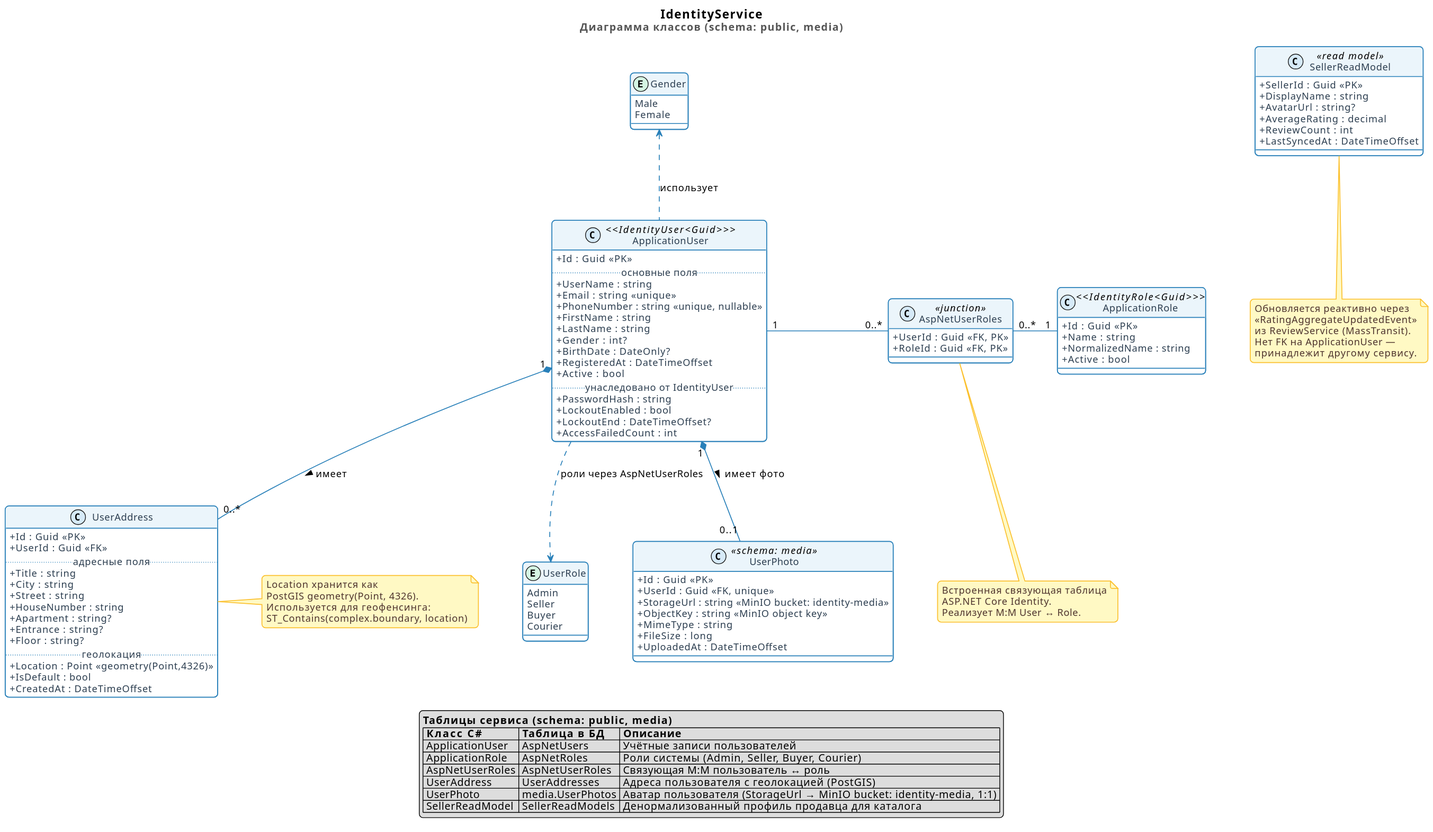
This is docs/diagrams/svg/identity-service.svg from LocMp-olegg/LocalMarketplace, a PlantUML export, as it was before one commit.
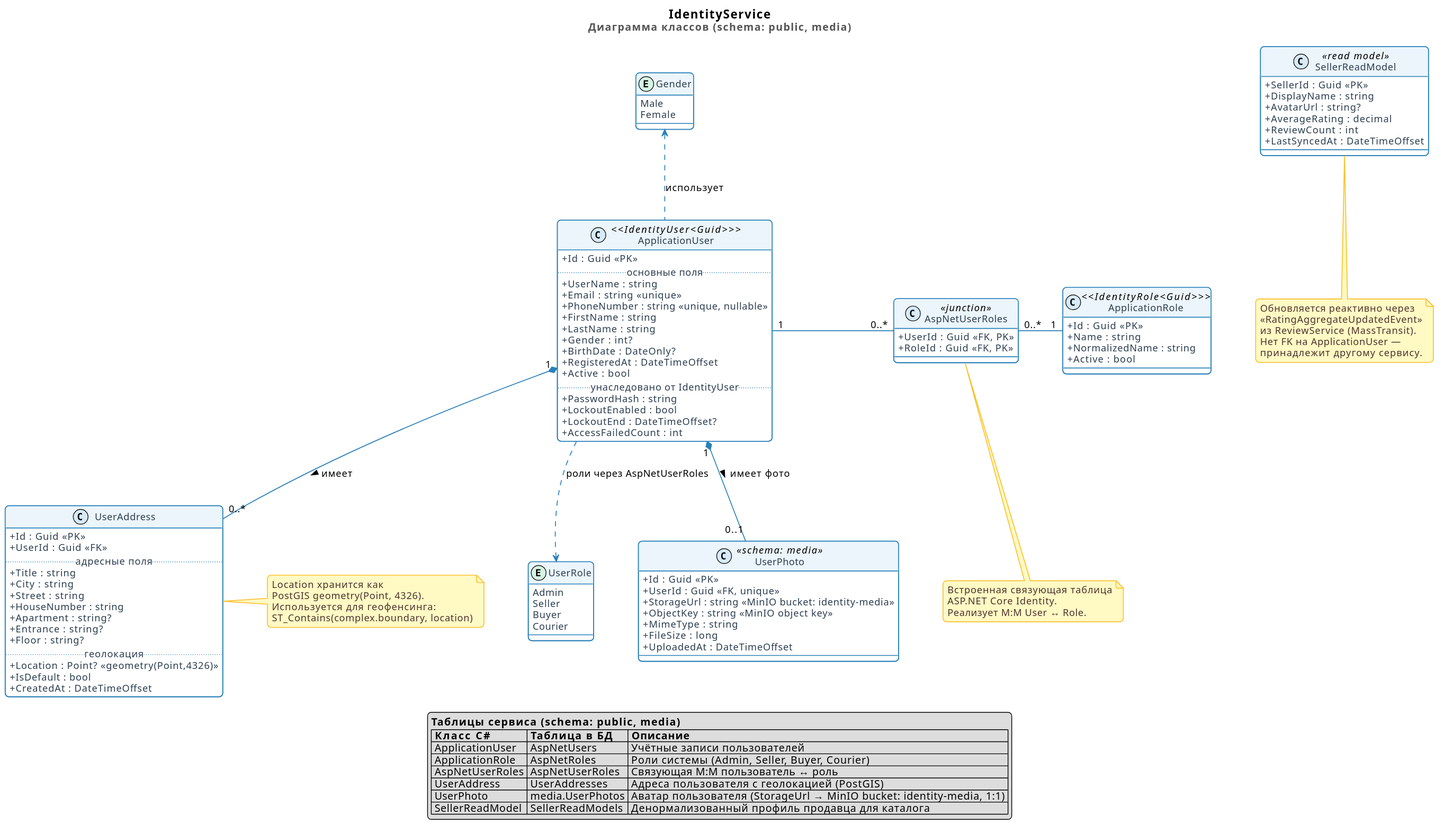
After the commit.

What changed in the source:
```diff
@@ -95,7 +95,7 @@
     + Entrance : string?
     + Floor : string?
     ..геолокация..
-    + Location : Point <<geometry(Point,4326)>>
+    + Location : Point? <<geometry(Point,4326)>>
     + IsDefault : bool
     + CreatedAt : DateTimeOffset
 }
```
